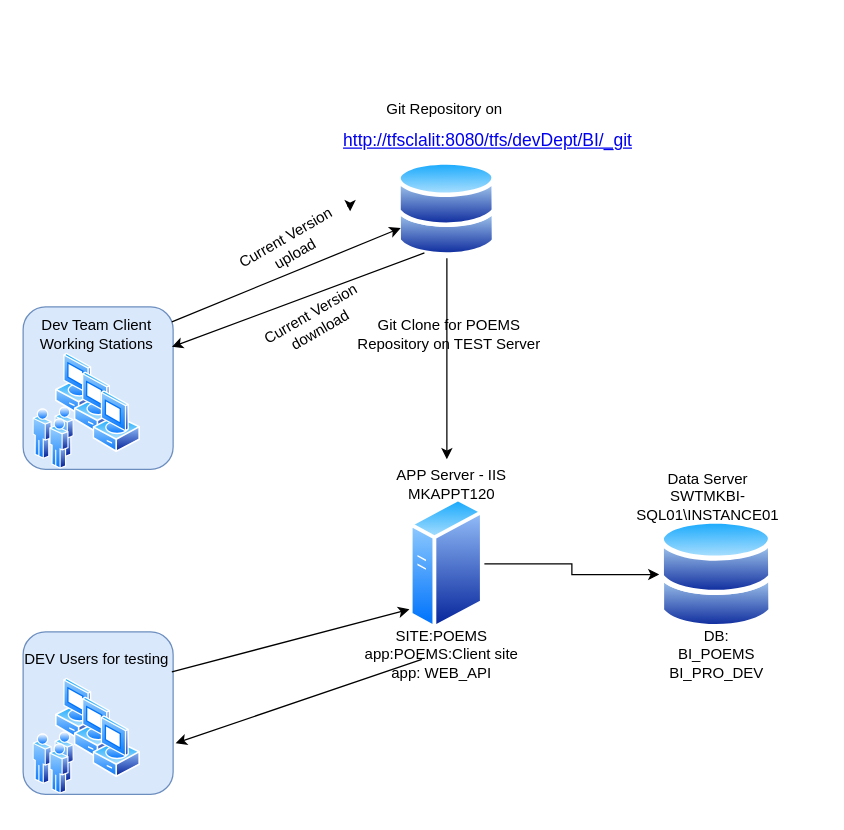
Earlier version of the draw.io diagram poems_test.drawio (itaybaran/drawing). Source tidied: cells renumbered, new cells numbered last; positions are measured from the earlier drawing's top-left corner, leaving out a move shared by most shapes. Both pictures are drawn from the tidied source at 125%, with x=0, y=0 at pixel (21, 96).
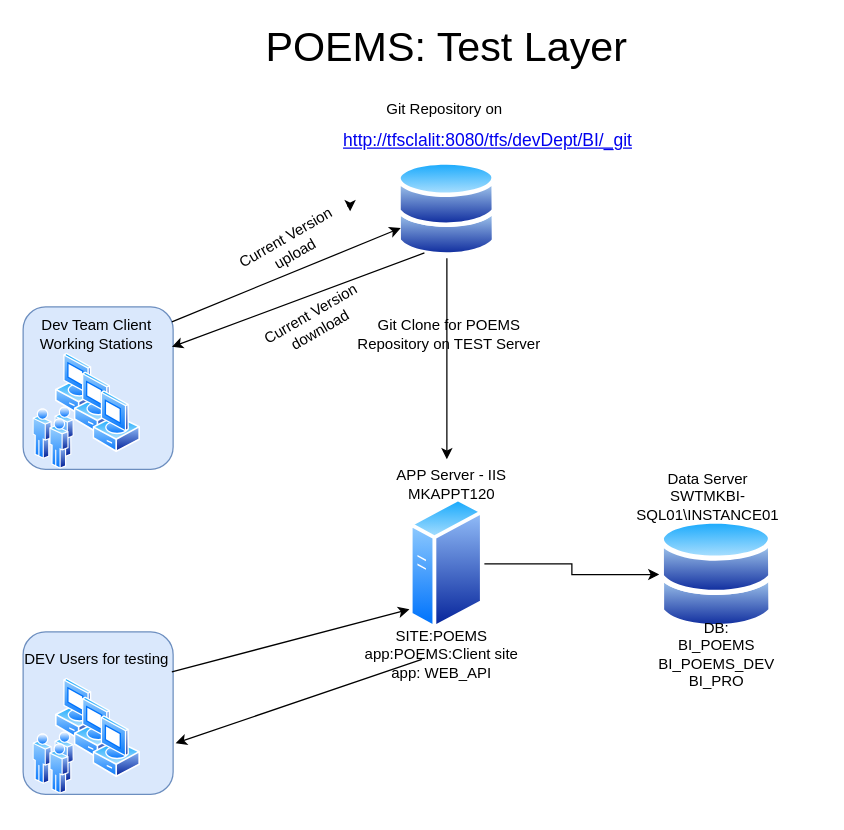
Above is the later version.

The edit, as a diff of the source:
```diff
@@
-    <mxCell id="36" value="DB:&lt;br&gt;BI_POEMS&lt;br&gt;BI_PRO_DEV" style="text;html=1;strokeColor=none;fillColor=none;align=center;verticalAlign=middle;whiteSpace=wrap;rounded=0;" parent="1" vertex="1">
+    <mxCell id="36" value="DB:&lt;br&gt;BI_POEMS&lt;br&gt;BI_POEMS_DEV&lt;br&gt;BI_PRO" style="text;html=1;strokeColor=none;fillColor=none;align=center;verticalAlign=middle;whiteSpace=wrap;rounded=0;" parent="1" vertex="1">
       <mxGeometry x="470.9" y="436.1" width="170" height="20" as="geometry" />
     </mxCell>
+    <mxCell id="37" value="POEMS: Test Layer" style="text;html=1;strokeColor=none;fillColor=none;align=center;verticalAlign=middle;whiteSpace=wrap;rounded=0;fontSize=33;" parent="1" vertex="1">
+      <mxGeometry x="90" y="-50" width="500" height="20" as="geometry" />
+    </mxCell>
```
